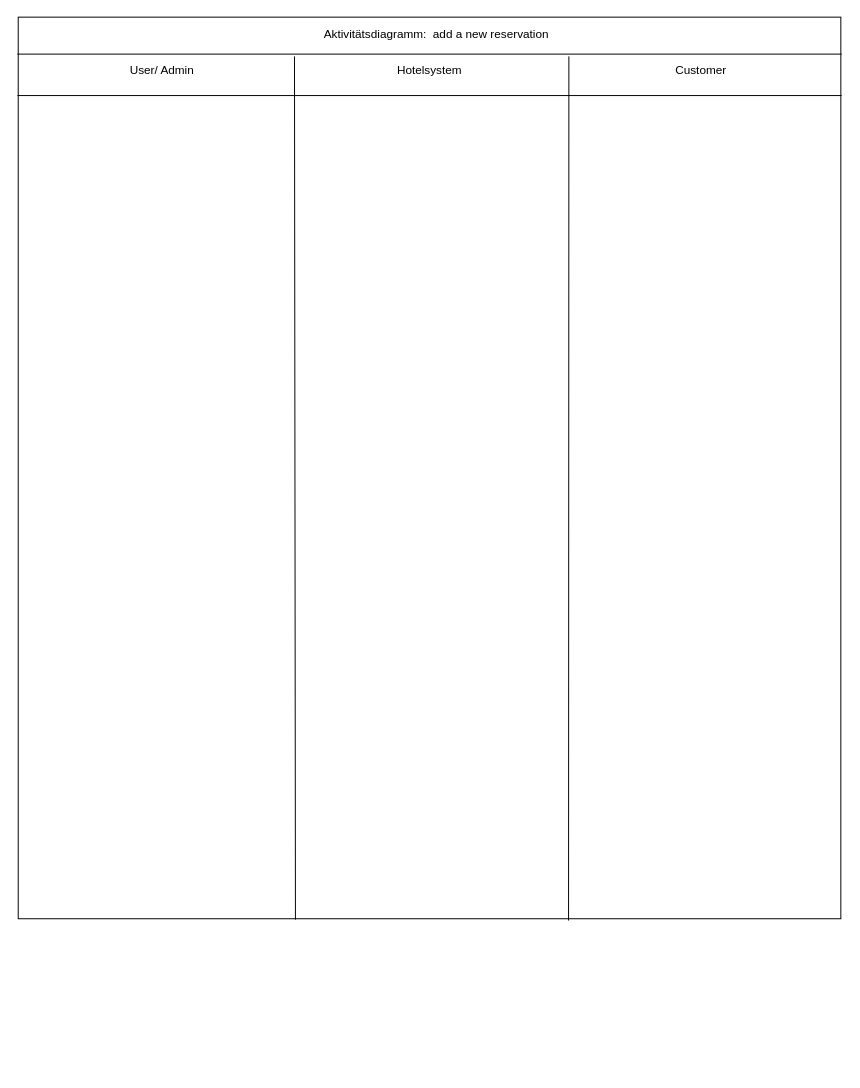
The draw.io diagram Unbenanntes Diagramm.drawio in N4ims/hotel-system, before the edit. Source tidied: cells renumbered, new cells numbered last; positions are measured from the earlier drawing's top-left corner, leaving out a move shared by most shapes. Both pictures are drawn from the tidied source at 98%, with x=0, y=0 at pixel (-22, 20).
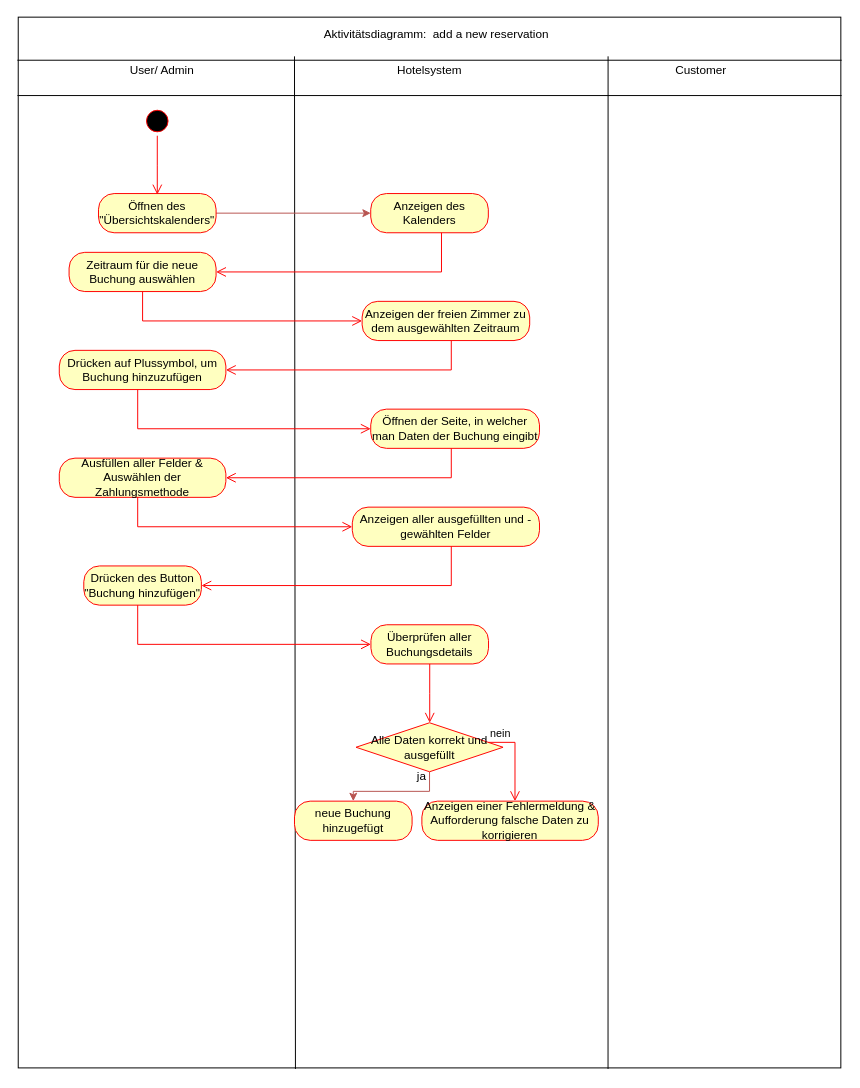
The same page after the edit.

Diff of the diagram source:
```diff
@@
     <mxCell id="2" style="rounded=0;whiteSpace=wrap;html=1;rotation=90;fillColor=none;" parent="1" vertex="1">
-      <mxGeometry x="-0.2" y="37.3" width="920" height="839.4" as="geometry" />
+      <mxGeometry x="-76.3" y="113.4" width="1072.2" height="839.4" as="geometry" />
     </mxCell>
@@
-    <mxCell id="6" style="endArrow=none;html=1;rounded=0;exitX=1.002;exitY=0.331;exitDx=0;exitDy=0;exitPerimeter=0;" parent="1" edge="1" source="2">
+    <mxCell id="6" style="endArrow=none;html=1;rounded=0;exitX=1.001;exitY=0.283;exitDx=0;exitDy=0;exitPerimeter=0;" parent="1" edge="1" source="2">
       <mxGeometry relative="1" as="geometry">
-        <mxPoint x="602" y="37" as="targetPoint" />
+        <mxPoint x="642" y="37" as="targetPoint" />
       </mxGeometry>
     </mxCell>
@@
+    <mxCell id="11" style="edgeStyle=orthogonalEdgeStyle;rounded=0;jettySize=auto;html=1;fillColor=#f8cecc;strokeColor=#b85450;" parent="1" edge="1" source="12" target="15">
+      <mxGeometry relative="1" as="geometry" />
+    </mxCell>
+    <mxCell id="12" value="Öffnen des &quot;Übersichtskalenders&quot;" style="rounded=1;whiteSpace=wrap;html=1;arcSize=40;fontColor=#000000;fillColor=#ffffc0;strokeColor=#ff0000;" parent="1" vertex="1">
+      <mxGeometry x="122" y="177" width="120" height="40" as="geometry" />
+    </mxCell>
+    <mxCell id="13" style="ellipse;html=1;shape=startState;fillColor=#000000;strokeColor=#ff0000;" parent="1" vertex="1">
+      <mxGeometry x="167" y="88" width="30" height="30" as="geometry" />
+    </mxCell>
+    <mxCell id="14" style="edgeStyle=orthogonalEdgeStyle;html=1;verticalAlign=bottom;endArrow=open;endSize=8;strokeColor=#ff0000;rounded=0;" parent="1" edge="1" source="13">
+      <mxGeometry relative="1" as="geometry">
+        <mxPoint x="182" y="178" as="targetPoint" />
+      </mxGeometry>
+    </mxCell>
+    <mxCell id="15" value="Anzeigen des Kalenders" style="rounded=1;whiteSpace=wrap;html=1;arcSize=40;fontColor=#000000;fillColor=#ffffc0;strokeColor=#ff0000;" parent="1" vertex="1">
+      <mxGeometry x="399.8" y="177" width="120" height="40" as="geometry" />
+    </mxCell>
+    <mxCell id="16" style="edgeStyle=orthogonalEdgeStyle;html=1;verticalAlign=bottom;endArrow=open;endSize=8;strokeColor=#ff0000;rounded=0;entryX=1;entryY=0.5;entryDx=0;entryDy=0;" parent="1" edge="1" source="15" target="17">
+      <mxGeometry relative="1" as="geometry">
+        <Array as="points">
+          <mxPoint x="472" y="257" />
+        </Array>
+      </mxGeometry>
+    </mxCell>
+    <mxCell id="17" value="Zeitraum für die neue Buchung auswählen" style="rounded=1;whiteSpace=wrap;html=1;arcSize=40;fontColor=#000000;fillColor=#ffffc0;strokeColor=#ff0000;" parent="1" vertex="1">
+      <mxGeometry x="92" y="237" width="150" height="40" as="geometry" />
+    </mxCell>
+    <mxCell id="18" style="edgeStyle=orthogonalEdgeStyle;html=1;verticalAlign=bottom;endArrow=open;endSize=8;strokeColor=#ff0000;rounded=0;entryX=0;entryY=0.5;entryDx=0;entryDy=0;" parent="1" edge="1" source="17" target="19">
+      <mxGeometry relative="1" as="geometry">
+        <Array as="points">
+          <mxPoint x="167" y="307" />
+        </Array>
+      </mxGeometry>
+    </mxCell>
+    <mxCell id="19" value="Anzeigen der freien Zimmer zu dem ausgewählten Zeitraum" style="rounded=1;whiteSpace=wrap;html=1;arcSize=40;fontColor=#000000;fillColor=#ffffc0;strokeColor=#ff0000;" parent="1" vertex="1">
+      <mxGeometry x="391" y="287" width="171" height="40" as="geometry" />
+    </mxCell>
+    <mxCell id="20" style="edgeStyle=orthogonalEdgeStyle;html=1;verticalAlign=bottom;endArrow=open;endSize=8;strokeColor=#ff0000;rounded=0;entryX=1;entryY=0.5;entryDx=0;entryDy=0;" parent="1" edge="1" source="19" target="21">
+      <mxGeometry relative="1" as="geometry">
+        <Array as="points">
+          <mxPoint x="482" y="357" />
+        </Array>
+      </mxGeometry>
+    </mxCell>
+    <mxCell id="21" value="Drücken auf Plussymbol, um Buchung hinzuzufügen" style="rounded=1;whiteSpace=wrap;html=1;arcSize=40;fontColor=#000000;fillColor=#ffffc0;strokeColor=#ff0000;" parent="1" vertex="1">
+      <mxGeometry x="82" y="337" width="170" height="40" as="geometry" />
+    </mxCell>
+    <mxCell id="22" style="edgeStyle=orthogonalEdgeStyle;html=1;verticalAlign=bottom;endArrow=open;endSize=8;strokeColor=#ff0000;rounded=0;entryX=0;entryY=0.5;entryDx=0;entryDy=0;" parent="1" edge="1" source="21" target="23">
+      <mxGeometry relative="1" as="geometry">
+        <Array as="points">
+          <mxPoint x="162" y="417" />
+        </Array>
+      </mxGeometry>
+    </mxCell>
+    <mxCell id="23" value="Öffnen der Seite, in welcher man Daten der Buchung eingibt" style="rounded=1;whiteSpace=wrap;html=1;arcSize=40;fontColor=#000000;fillColor=#ffffc0;strokeColor=#ff0000;" parent="1" vertex="1">
+      <mxGeometry x="399.8" y="397" width="172.2" height="40" as="geometry" />
+    </mxCell>
+    <mxCell id="24" style="edgeStyle=orthogonalEdgeStyle;html=1;verticalAlign=bottom;endArrow=open;endSize=8;strokeColor=#ff0000;rounded=0;entryX=1;entryY=0.5;entryDx=0;entryDy=0;" parent="1" edge="1" source="23" target="25">
+      <mxGeometry relative="1" as="geometry">
+        <Array as="points">
+          <mxPoint x="482" y="467" />
+        </Array>
+      </mxGeometry>
+    </mxCell>
+    <mxCell id="25" value="Ausfüllen aller Felder &amp;amp; Auswählen der Zahlungsmethode" style="rounded=1;whiteSpace=wrap;html=1;arcSize=40;fontColor=#000000;fillColor=#ffffc0;strokeColor=#ff0000;" parent="1" vertex="1">
+      <mxGeometry x="82" y="447" width="170" height="40" as="geometry" />
+    </mxCell>
+    <mxCell id="26" style="edgeStyle=orthogonalEdgeStyle;html=1;verticalAlign=bottom;endArrow=open;endSize=8;strokeColor=#ff0000;rounded=0;entryX=0;entryY=0.5;entryDx=0;entryDy=0;" parent="1" edge="1" source="25" target="27">
+      <mxGeometry relative="1" as="geometry">
+        <Array as="points">
+          <mxPoint x="162" y="517" />
+        </Array>
+      </mxGeometry>
+    </mxCell>
+    <mxCell id="27" value="Anzeigen aller ausgefüllten und -gewählten Felder" style="rounded=1;whiteSpace=wrap;html=1;arcSize=40;fontColor=#000000;fillColor=#ffffc0;strokeColor=#ff0000;" parent="1" vertex="1">
+      <mxGeometry x="381" y="497" width="191" height="40" as="geometry" />
+    </mxCell>
+    <mxCell id="28" style="edgeStyle=orthogonalEdgeStyle;html=1;verticalAlign=bottom;endArrow=open;endSize=8;strokeColor=#ff0000;rounded=0;entryX=1;entryY=0.5;entryDx=0;entryDy=0;" parent="1" edge="1" source="27" target="29">
+      <mxGeometry relative="1" as="geometry">
+        <Array as="points">
+          <mxPoint x="482" y="577" />
+        </Array>
+      </mxGeometry>
+    </mxCell>
+    <mxCell id="29" value="Drücken des Button &quot;Buchung hinzufügen&quot;" style="rounded=1;whiteSpace=wrap;html=1;arcSize=40;fontColor=#000000;fillColor=#ffffc0;strokeColor=#ff0000;" parent="1" vertex="1">
+      <mxGeometry x="107" y="557" width="120" height="40" as="geometry" />
+    </mxCell>
+    <mxCell id="30" style="edgeStyle=orthogonalEdgeStyle;html=1;verticalAlign=bottom;endArrow=open;endSize=8;strokeColor=#ff0000;rounded=0;entryX=0;entryY=0.5;entryDx=0;entryDy=0;" parent="1" edge="1" source="29" target="31">
+      <mxGeometry relative="1" as="geometry">
+        <Array as="points">
+          <mxPoint x="162" y="637" />
+        </Array>
+      </mxGeometry>
+    </mxCell>
+    <mxCell id="31" value="Überprüfen aller Buchungsdetails" style="rounded=1;whiteSpace=wrap;html=1;arcSize=40;fontColor=#000000;fillColor=#ffffc0;strokeColor=#ff0000;" parent="1" vertex="1">
+      <mxGeometry x="400" y="617" width="120" height="40" as="geometry" />
+    </mxCell>
+    <mxCell id="32" style="edgeStyle=orthogonalEdgeStyle;html=1;verticalAlign=bottom;endArrow=open;endSize=8;strokeColor=#ff0000;rounded=0;" parent="1" edge="1" source="31">
+      <mxGeometry relative="1" as="geometry">
+        <mxPoint x="460" y="717" as="targetPoint" />
+      </mxGeometry>
+    </mxCell>
+    <mxCell id="33" style="edgeStyle=orthogonalEdgeStyle;rounded=0;jettySize=auto;html=1;entryX=0.5;entryY=0;entryDx=0;entryDy=0;fillColor=#f8cecc;strokeColor=#b85450;" parent="1" edge="1" source="34" target="36">
+      <mxGeometry relative="1" as="geometry" />
+    </mxCell>
+    <mxCell id="34" value="Alle Daten korrekt und ausgefüllt" style="rhombus;whiteSpace=wrap;html=1;fontColor=#000000;fillColor=#ffffc0;strokeColor=#ff0000;" parent="1" vertex="1">
+      <mxGeometry x="384.8" y="717" width="150" height="50" as="geometry" />
+    </mxCell>
+    <mxCell id="35" value="nein" style="edgeStyle=orthogonalEdgeStyle;html=1;align=left;verticalAlign=bottom;endArrow=open;endSize=8;strokeColor=#ff0000;rounded=0;" parent="1" edge="1" source="34" target="37">
+      <mxGeometry x="-1" relative="1" as="geometry">
+        <Array as="points">
+          <mxPoint x="547" y="737" />
+        </Array>
+      </mxGeometry>
+    </mxCell>
+    <mxCell id="36" value="neue Buchung hinzugefügt" style="rounded=1;whiteSpace=wrap;html=1;arcSize=40;fontColor=#000000;fillColor=#ffffc0;strokeColor=#ff0000;" parent="1" vertex="1">
+      <mxGeometry x="322" y="797" width="120" height="40" as="geometry" />
+    </mxCell>
+    <mxCell id="37" value="Anzeigen einer Fehlermeldung &amp;amp; Aufforderung falsche Daten zu korrigieren" style="rounded=1;whiteSpace=wrap;html=1;arcSize=40;fontColor=#000000;fillColor=#ffffc0;strokeColor=#ff0000;" parent="1" vertex="1">
+      <mxGeometry x="452" y="797" width="180" height="40" as="geometry" />
+    </mxCell>
+    <mxCell id="38" value="ja" style="text;html=1;strokeColor=none;fillColor=none;align=center;verticalAlign=middle;whiteSpace=wrap;rounded=0;" parent="1" vertex="1">
+      <mxGeometry x="422" y="757" width="60" height="30" as="geometry" />
+    </mxCell>
```
